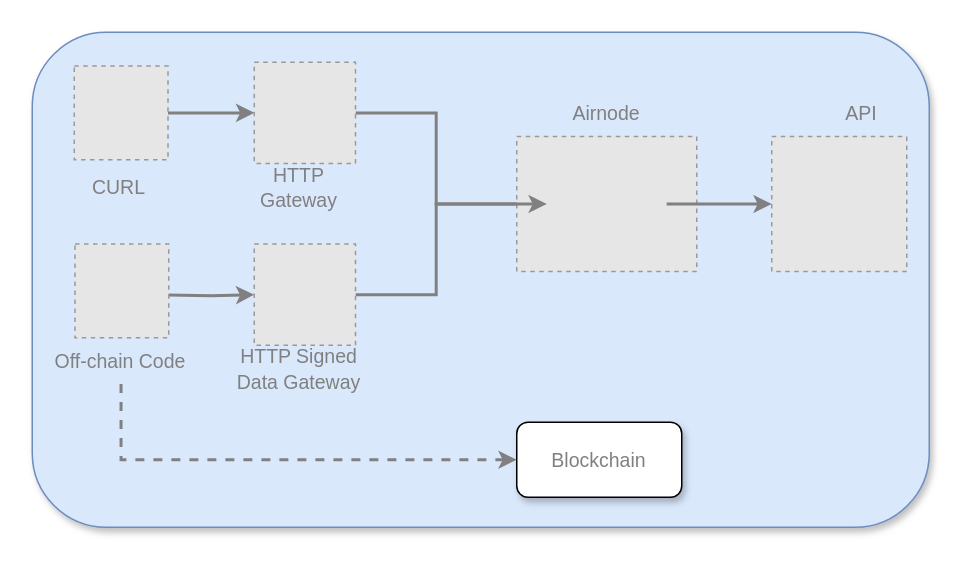
The draw.io diagram docs/reference/airnode/latest/assets/diagrams/gateway.drawio in api3dao/vitepress-docs, before the edit. Source tidied: cells renumbered, new cells numbered last; positions are measured from the earlier drawing's top-left corner, leaving out a move shared by most shapes. Both pictures are drawn from the tidied source at 150%, with x=0, y=0 at pixel (32, 32). Pictures stored in the file or linked from it are replaced by grey dashed boxes.
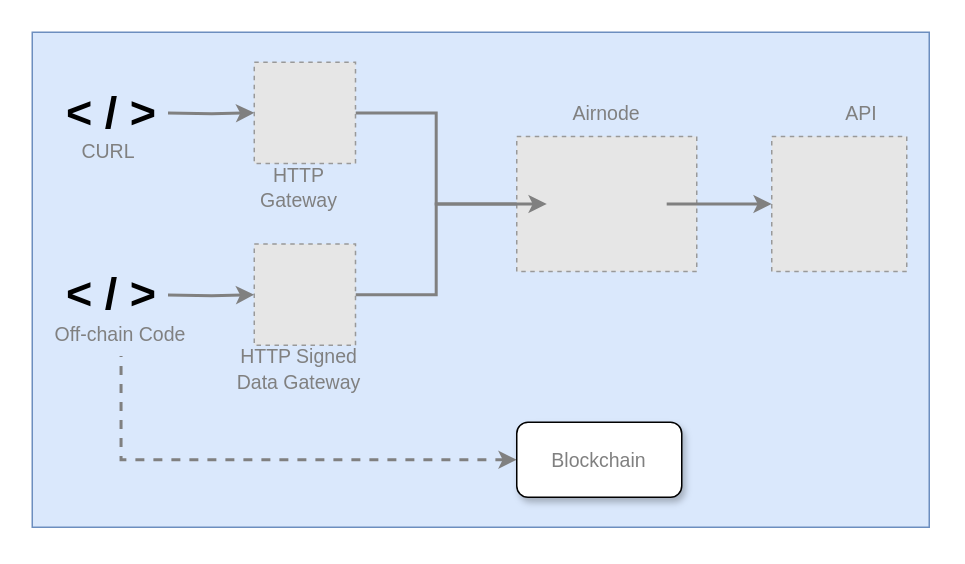
After the change.

Unchanged cells that the change refers to:
```xml
<mxCell id="5" style="fillColor=#E6E6E6;strokeColor=#999999;dashed=1;verticalLabelPosition=bottom;labelBackgroundColor=#ffffff;verticalAlign=top;fontColor=#808080;fontSize=14;" parent="1" vertex="1">
  <mxGeometry x="148" y="20" width="67.5" height="67.5" as="geometry" />
</mxCell>
```

Change to the diagram source:
```diff
@@
-    <mxCell id="2" style="rounded=1;whiteSpace=wrap;html=1;shadow=1;fillColor=#dae8fc;strokeColor=#6c8ebf;" parent="1" vertex="1">
+    <mxCell id="2" style="rounded=0;whiteSpace=wrap;html=1;shadow=0;fillColor=#dae8fc;strokeColor=#6c8ebf;" parent="1" vertex="1">
       <mxGeometry width="598" height="330" as="geometry" />
     </mxCell>
@@
-    <mxCell id="10" style="edgeStyle=orthogonalEdgeStyle;rounded=0;jettySize=auto;html=1;entryX=0;entryY=0.5;entryDx=0;entryDy=0;fontSize=14;fontColor=#808080;strokeColor=#808080;strokeWidth=2;" parent="1" edge="1" source="11" target="5">
-      <mxGeometry relative="1" as="geometry" />
+    <mxCell id="10" style="edgeStyle=orthogonalEdgeStyle;rounded=0;jettySize=auto;html=1;entryX=0;entryY=0.5;entryDx=0;entryDy=0;fontSize=14;fontColor=#808080;strokeColor=#808080;strokeWidth=2;" parent="1" edge="1" target="5">
+      <mxGeometry relative="1" as="geometry">
+        <mxPoint x="90.5" y="53.8" as="sourcePoint" />
+      </mxGeometry>
     </mxCell>
-    <mxCell id="11" style="fillColor=#E6E6E6;strokeColor=#999999;dashed=1;verticalLabelPosition=bottom;labelBackgroundColor=#ffffff;verticalAlign=top;fontSize=14;" parent="1" vertex="1">
-      <mxGeometry x="28" y="22.5" width="62.5" height="62.5" as="geometry" />
-    </mxCell>
@@
     <mxCell id="14" value="&lt;font style=&quot;font-size: 13px&quot;&gt;CURL&lt;/font&gt;" style="text;html=1;strokeColor=none;fillColor=none;align=center;verticalAlign=middle;whiteSpace=wrap;rounded=0;fontSize=14;fontColor=#808080;" parent="1" vertex="1">
-      <mxGeometry x="28" y="87.8" width="60" height="30" as="geometry" />
+      <mxGeometry x="21" y="63.8" width="60" height="30" as="geometry" />
     </mxCell>
@@
-    <mxCell id="20" style="fillColor=#E6E6E6;strokeColor=#999999;dashed=1;verticalLabelPosition=bottom;labelBackgroundColor=#ffffff;verticalAlign=top;fontSize=14;" parent="1" vertex="1">
-      <mxGeometry x="28.5" y="141.2" width="62.5" height="62.5" as="geometry" />
-    </mxCell>
     <mxCell id="21" value="&lt;font style=&quot;font-size: 13px&quot;&gt;Off-chain Code&lt;/font&gt;" style="text;html=1;strokeColor=none;fillColor=none;align=center;verticalAlign=middle;whiteSpace=wrap;rounded=0;fontSize=14;fontColor=#808080;" parent="1" vertex="1">
-      <mxGeometry x="9.2" y="203.8" width="100" height="30" as="geometry" />
+      <mxGeometry x="9.2" y="185.8" width="100" height="30" as="geometry" />
     </mxCell>
+    <mxCell id="22" value="&lt;b&gt;&lt;font style=&quot;font-size: 30px;&quot;&gt;&amp;lt; / &amp;gt;&lt;/font&gt;&lt;/b&gt;" style="text;html=1;strokeColor=none;fillColor=none;align=center;verticalAlign=middle;whiteSpace=wrap;rounded=0;" parent="1" vertex="1">
+      <mxGeometry x="18" y="37.8" width="70" height="30" as="geometry" />
+    </mxCell>
+    <mxCell id="23" value="&lt;b&gt;&lt;font style=&quot;font-size: 30px;&quot;&gt;&amp;lt; / &amp;gt;&lt;/font&gt;&lt;/b&gt;" style="text;html=1;strokeColor=none;fillColor=none;align=center;verticalAlign=middle;whiteSpace=wrap;rounded=0;" parent="1" vertex="1">
+      <mxGeometry x="18" y="158.5" width="70" height="30" as="geometry" />
+    </mxCell>
```
